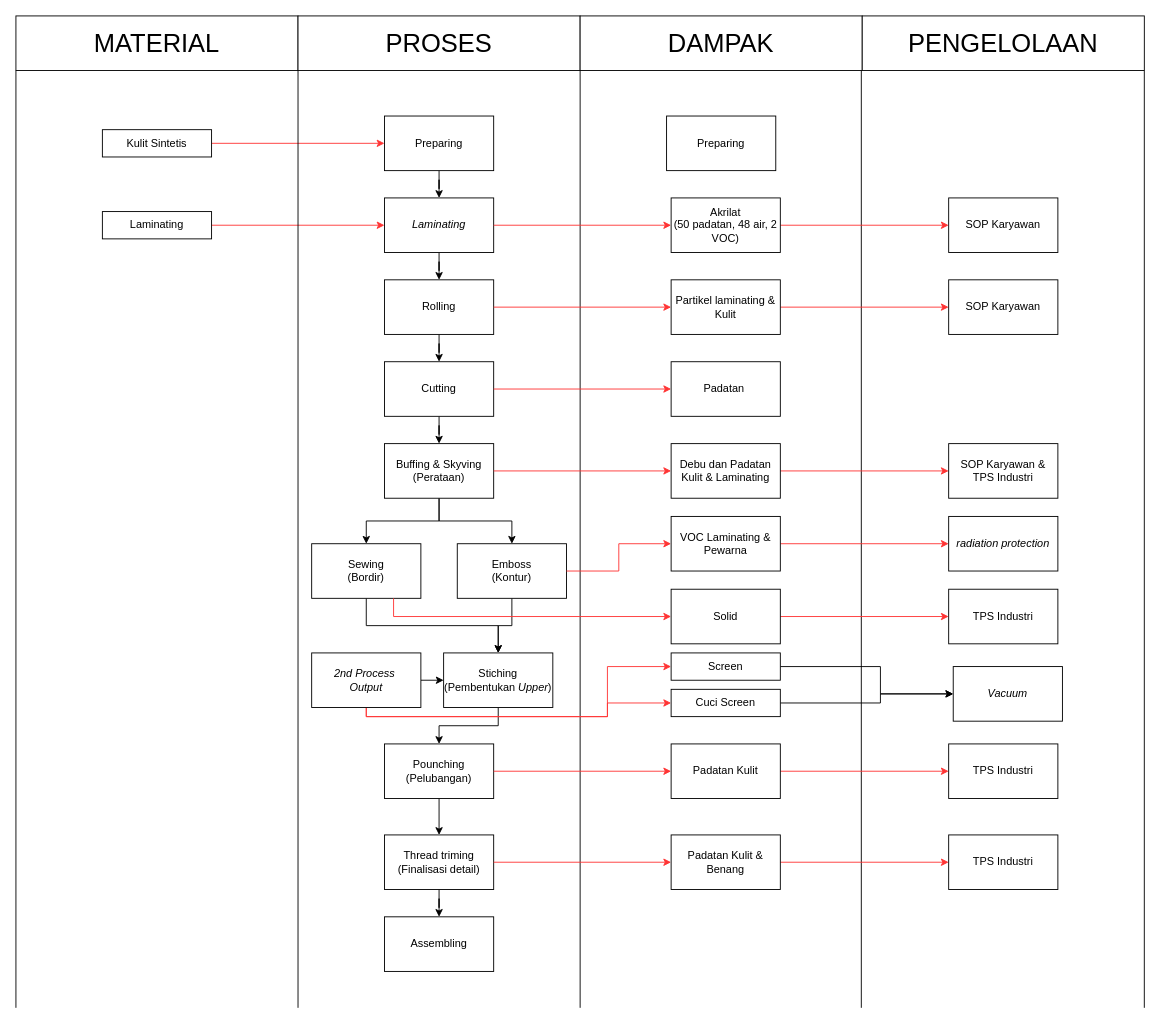
Above: page "Upper Sepatu" (1 of 4) of Diagram Produksi SCI.drawio in famowoiii/api-bangkit (draw.io), before the change. Source tidied: cells renumbered, new cells numbered last; positions are measured from the earlier drawing's top-left corner, leaving out a move shared by most shapes. Both pictures are drawn from the tidied source at 91%, with x=0, y=0 at pixel (15, 15).
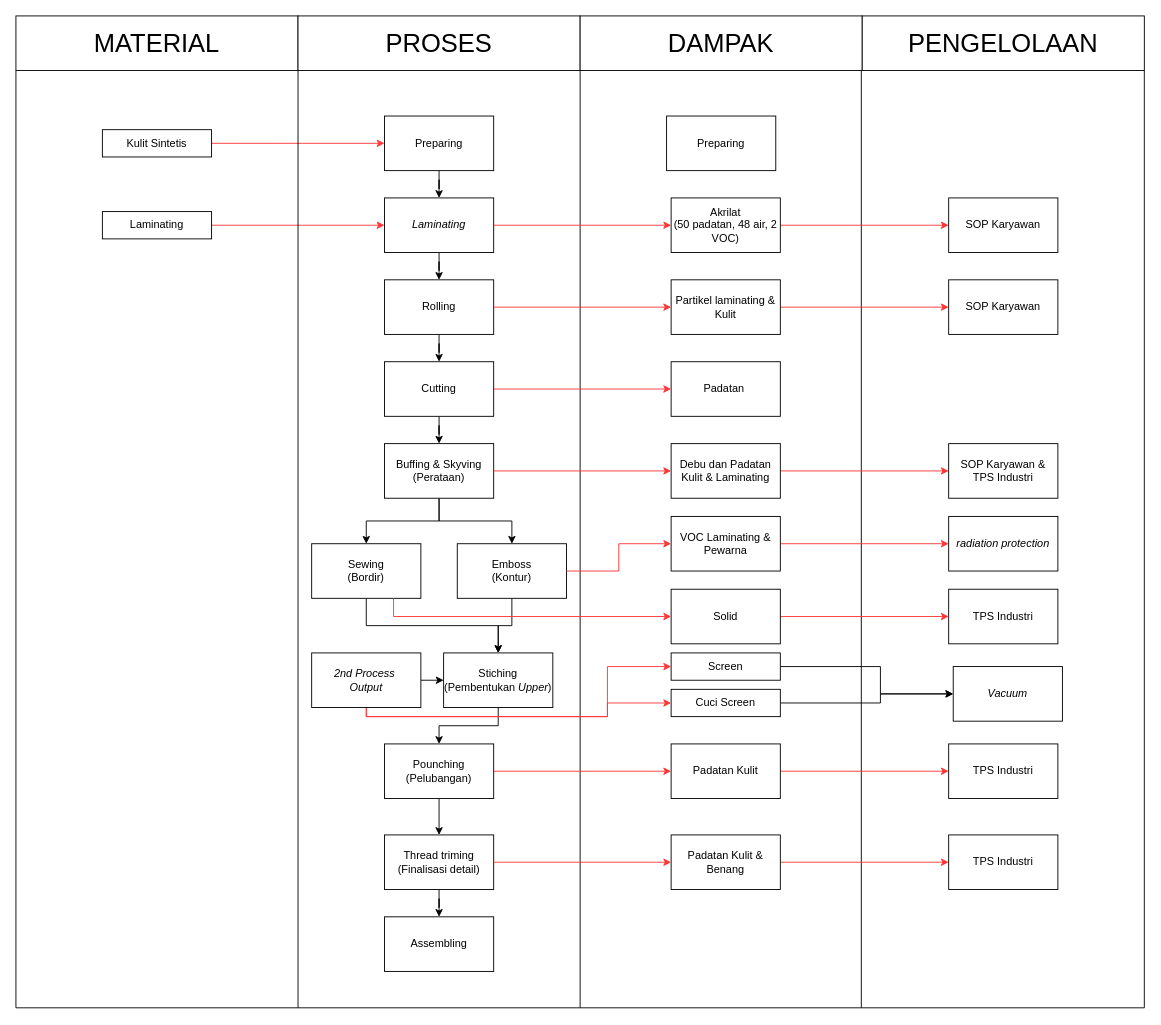
Above is the later version.

The edit, as a diff of the source:
```diff
@@
+    <mxCell id="77" style="endArrow=none;html=1;rounded=0;defaultLabelBackgroundColor=page;" parent="1" edge="1">
+      <mxGeometry relative="1" as="geometry">
+        <mxPoint y="1090" as="sourcePoint" />
+        <mxPoint x="1240" y="1090" as="targetPoint" />
+      </mxGeometry>
+    </mxCell>
```
